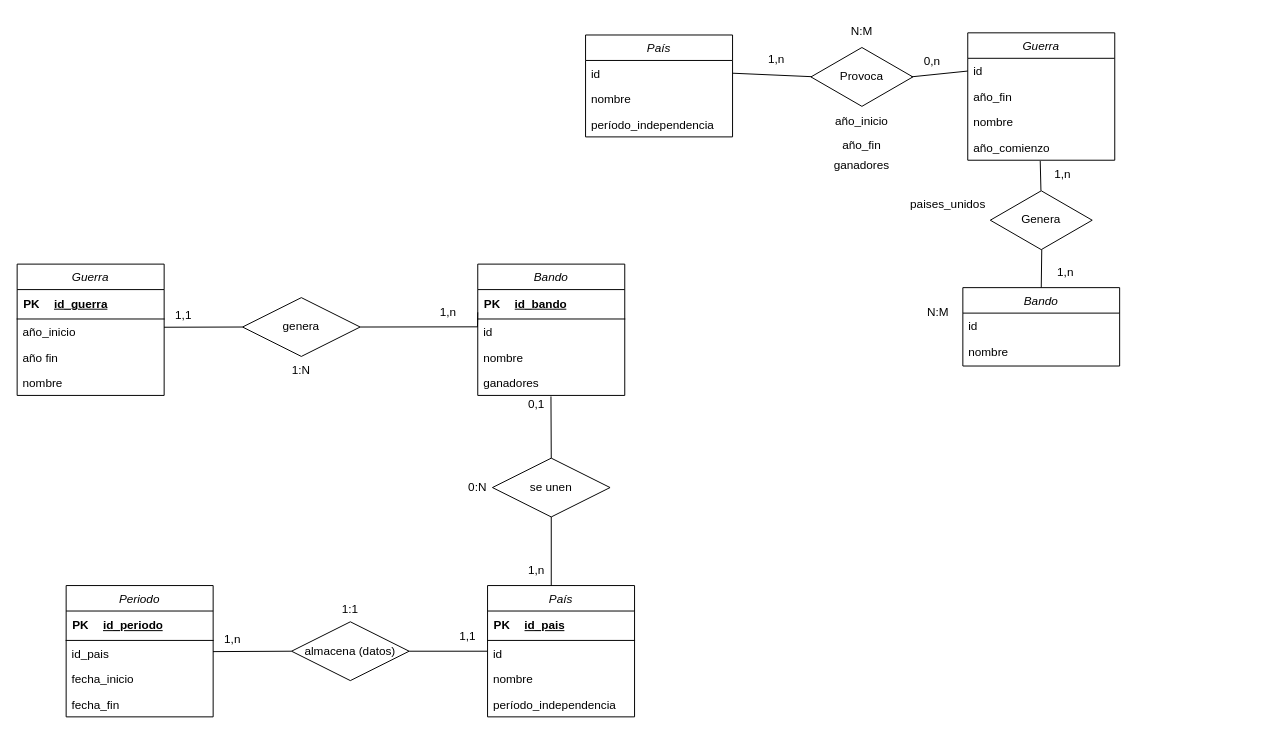
Earlier version of the draw.io diagram Ejercicio04.drawio (Daninuro/diagrames-cvf-dn-mpl-n-11102023). Source tidied: cells renumbered, new cells numbered last; positions are measured from the earlier drawing's top-left corner, leaving out a move shared by most shapes. Both pictures are drawn from the tidied source at 98%, with x=0, y=0 at pixel (17, 17).
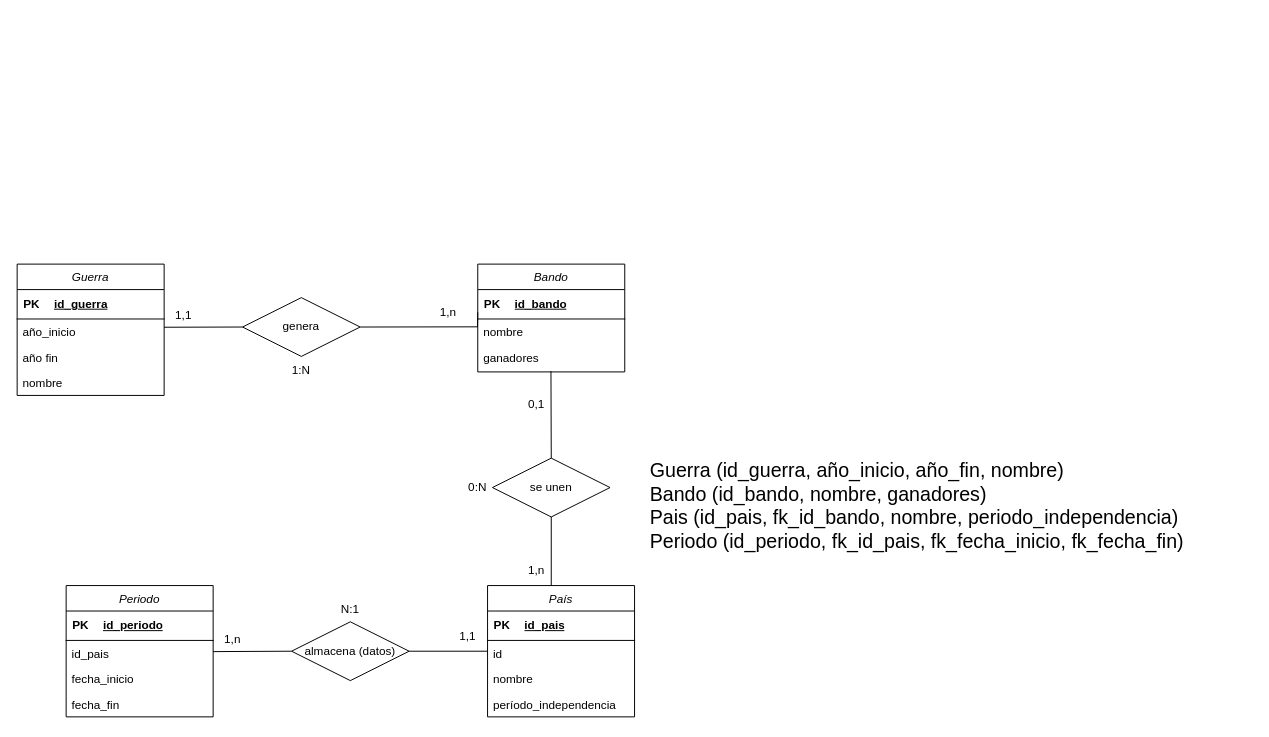
The same page after the edit.

The change refers to these unchanged cells:
```xml
<mxCell id="76" value="1,n" style="text;html=1;strokeColor=none;fillColor=none;align=center;verticalAlign=middle;whiteSpace=wrap;rounded=0;" parent="1" vertex="1">
  <mxGeometry x="410" y="286.2" width="60" height="30" as="geometry" />
</mxCell>
```

What changed in the source:
```diff
@@
-    <mxCell id="2" value="Guerra" style="swimlane;fontStyle=2;align=center;verticalAlign=top;horizontal=1;startSize=26;rounded=0;shadow=0;strokeWidth=1;" parent="1" vertex="1">
-      <mxGeometry x="970" y="16" width="150" height="130" as="geometry" />
-    </mxCell>
-    <mxCell id="3" value="id" style="text;align=left;verticalAlign=top;spacingLeft=4;spacingRight=4;overflow=hidden;points=[[0,0.5],[1,0.5]];portConstraint=eastwest;" parent="2" vertex="1">
-      <mxGeometry y="26" width="150" height="26" as="geometry" />
-    </mxCell>
-    <mxCell id="4" value="año_fin&#10;" style="text;align=left;verticalAlign=top;spacingLeft=4;spacingRight=4;overflow=hidden;rounded=0;shadow=0;html=0;" parent="2" vertex="1">
-      <mxGeometry y="52" width="150" height="26" as="geometry" />
-    </mxCell>
-    <mxCell id="5" value="nombre" style="text;align=left;verticalAlign=top;spacingLeft=4;spacingRight=4;overflow=hidden;rounded=0;shadow=0;html=0;" parent="2" vertex="1">
-      <mxGeometry y="78" width="150" height="26" as="geometry" />
-    </mxCell>
-    <mxCell id="6" value="año_comienzo" style="text;align=left;verticalAlign=top;spacingLeft=4;spacingRight=4;overflow=hidden;points=[[0,0.5],[1,0.5]];portConstraint=eastwest;" parent="2" vertex="1">
-      <mxGeometry y="104" width="150" height="26" as="geometry" />
-    </mxCell>
-    <mxCell id="7" value="País" style="swimlane;fontStyle=2;align=center;verticalAlign=top;horizontal=1;startSize=26;rounded=0;shadow=0;strokeWidth=1;" parent="1" vertex="1">
-      <mxGeometry x="580" y="18.2" width="150" height="104" as="geometry" />
-    </mxCell>
-    <mxCell id="8" value="id" style="text;align=left;verticalAlign=top;spacingLeft=4;spacingRight=4;overflow=hidden;points=[[0,0.5],[1,0.5]];portConstraint=eastwest;" parent="7" vertex="1">
-      <mxGeometry y="26" width="150" height="26" as="geometry" />
-    </mxCell>
-    <mxCell id="9" value="nombre" style="text;align=left;verticalAlign=top;spacingLeft=4;spacingRight=4;overflow=hidden;rounded=0;shadow=0;html=0;" parent="7" vertex="1">
-      <mxGeometry y="52" width="150" height="26" as="geometry" />
-    </mxCell>
-    <mxCell id="10" value="período_independencia" style="text;align=left;verticalAlign=top;spacingLeft=4;spacingRight=4;overflow=hidden;rounded=0;shadow=0;html=0;" parent="7" vertex="1">
-      <mxGeometry y="78" width="150" height="26" as="geometry" />
-    </mxCell>
-    <mxCell id="11" value="Bando" style="swimlane;fontStyle=2;align=center;verticalAlign=top;horizontal=1;startSize=26;rounded=0;shadow=0;strokeWidth=1;" parent="1" vertex="1">
-      <mxGeometry x="965" y="276" width="160" height="80" as="geometry" />
-    </mxCell>
-    <mxCell id="12" value="id" style="text;align=left;verticalAlign=top;spacingLeft=4;spacingRight=4;overflow=hidden;" parent="11" vertex="1">
-      <mxGeometry y="26" width="160" height="26" as="geometry" />
-    </mxCell>
-    <mxCell id="13" value="nombre" style="text;align=left;verticalAlign=top;spacingLeft=4;spacingRight=4;overflow=hidden;rounded=0;shadow=0;html=0;" parent="11" vertex="1">
-      <mxGeometry y="52" width="160" height="26" as="geometry" />
-    </mxCell>
-    <mxCell id="14" style="html=1;whiteSpace=wrap;shape=isoRectangle;" parent="1" vertex="1">
-      <mxGeometry x="810" y="29.8" width="104" height="62.4" as="geometry" />
-    </mxCell>
-    <mxCell id="15" value="Provoca" style="text;html=1;strokeColor=none;fillColor=none;align=center;verticalAlign=middle;whiteSpace=wrap;rounded=0;" parent="1" vertex="1">
-      <mxGeometry x="832" y="46" width="60" height="30" as="geometry" />
-    </mxCell>
-    <mxCell id="16" style="endArrow=none;html=1;rounded=0;entryX=1;entryY=0.5;entryDx=0;entryDy=0;exitX=0.007;exitY=0.496;exitDx=0;exitDy=0;exitPerimeter=0;" parent="1" edge="1" source="14" target="8">
-      <mxGeometry relative="1" as="geometry" />
-    </mxCell>
-    <mxCell id="17" style="endArrow=none;html=1;rounded=0;entryX=0;entryY=0.5;entryDx=0;entryDy=0;exitX=0.983;exitY=0.499;exitDx=0;exitDy=0;exitPerimeter=0;" parent="1" edge="1" source="14" target="3">
-      <mxGeometry relative="1" as="geometry" />
-    </mxCell>
-    <mxCell id="18" value="1,n" style="text;html=1;strokeColor=none;fillColor=none;align=center;verticalAlign=middle;whiteSpace=wrap;rounded=0;" parent="1" vertex="1">
-      <mxGeometry x="750" y="30" width="50" height="26" as="geometry" />
-    </mxCell>
-    <mxCell id="19" value="0,n" style="text;html=1;strokeColor=none;fillColor=none;align=center;verticalAlign=middle;whiteSpace=wrap;rounded=0;" parent="1" vertex="1">
-      <mxGeometry x="904" y="29.8" width="60" height="30" as="geometry" />
-    </mxCell>
-    <mxCell id="20" value="N:M" style="text;html=1;strokeColor=none;fillColor=none;align=center;verticalAlign=middle;whiteSpace=wrap;rounded=0;" parent="1" vertex="1">
-      <mxGeometry x="832" width="60" height="30" as="geometry" />
-    </mxCell>
-    <mxCell id="21" value="año_inicio" style="text;html=1;strokeColor=none;fillColor=none;align=center;verticalAlign=middle;whiteSpace=wrap;rounded=0;" parent="1" vertex="1">
-      <mxGeometry x="832" y="92.2" width="60" height="30" as="geometry" />
-    </mxCell>
-    <mxCell id="22" value="año_fin" style="text;html=1;strokeColor=none;fillColor=none;align=center;verticalAlign=middle;whiteSpace=wrap;rounded=0;" parent="1" vertex="1">
-      <mxGeometry x="832" y="116" width="60" height="30" as="geometry" />
-    </mxCell>
-    <mxCell id="23" style="html=1;whiteSpace=wrap;shape=isoRectangle;" parent="1" vertex="1">
-      <mxGeometry x="993" y="176" width="104" height="62.4" as="geometry" />
-    </mxCell>
-    <mxCell id="24" value="Genera" style="text;html=1;strokeColor=none;fillColor=none;align=center;verticalAlign=middle;whiteSpace=wrap;rounded=0;" parent="1" vertex="1">
-      <mxGeometry x="1015" y="192.2" width="60" height="30" as="geometry" />
-    </mxCell>
-    <mxCell id="25" style="endArrow=none;html=1;rounded=0;entryX=0.497;entryY=0.016;entryDx=0;entryDy=0;exitX=0.493;exitY=1.026;exitDx=0;exitDy=0;exitPerimeter=0;entryPerimeter=0;" parent="1" edge="1" source="6" target="23">
-      <mxGeometry relative="1" as="geometry" />
-    </mxCell>
-    <mxCell id="26" style="endArrow=none;html=1;rounded=0;entryX=0.5;entryY=0;entryDx=0;entryDy=0;exitX=0.505;exitY=0.982;exitDx=0;exitDy=0;exitPerimeter=0;" parent="1" edge="1" source="23" target="11">
-      <mxGeometry relative="1" as="geometry" />
-    </mxCell>
-    <mxCell id="27" value="ganadores" style="text;html=1;strokeColor=none;fillColor=none;align=center;verticalAlign=middle;whiteSpace=wrap;rounded=0;" parent="1" vertex="1">
-      <mxGeometry x="832" y="136" width="60" height="30" as="geometry" />
-    </mxCell>
-    <mxCell id="28" value="1,n" style="text;html=1;strokeColor=none;fillColor=none;align=center;verticalAlign=middle;whiteSpace=wrap;rounded=0;" parent="1" vertex="1">
-      <mxGeometry x="1040" y="246" width="60" height="30" as="geometry" />
-    </mxCell>
-    <mxCell id="29" value="1,n" style="text;html=1;strokeColor=none;fillColor=none;align=center;verticalAlign=middle;whiteSpace=wrap;rounded=0;" parent="1" vertex="1">
-      <mxGeometry x="1037" y="146" width="60" height="30" as="geometry" />
-    </mxCell>
-    <mxCell id="30" value="N:M" style="text;html=1;strokeColor=none;fillColor=none;align=center;verticalAlign=middle;whiteSpace=wrap;rounded=0;" parent="1" vertex="1">
-      <mxGeometry x="910" y="286.2" width="60" height="30" as="geometry" />
-    </mxCell>
-    <mxCell id="31" value="paises_unidos" style="text;html=1;strokeColor=none;fillColor=none;align=center;verticalAlign=middle;whiteSpace=wrap;rounded=0;" parent="1" vertex="1">
-      <mxGeometry x="920" y="176" width="60" height="30" as="geometry" />
-    </mxCell>
@@
     <mxCell id="40" value="Bando" style="swimlane;fontStyle=2;align=center;verticalAlign=top;horizontal=1;startSize=26;rounded=0;shadow=0;strokeWidth=1;" parent="1" vertex="1">
-      <mxGeometry x="470" y="252" width="150" height="134" as="geometry" />
+      <mxGeometry x="470" y="252" width="150" height="110" as="geometry" />
     </mxCell>
@@
-    <mxCell id="45" value="id" style="text;align=left;verticalAlign=top;spacingLeft=4;spacingRight=4;overflow=hidden;points=[[0,0.5],[1,0.5]];portConstraint=eastwest;" parent="40" vertex="1">
-      <mxGeometry y="56" width="150" height="26" as="geometry" />
-    </mxCell>
     <mxCell id="46" value="nombre" style="text;align=left;verticalAlign=top;spacingLeft=4;spacingRight=4;overflow=hidden;rounded=0;shadow=0;html=0;" parent="40" vertex="1">
-      <mxGeometry y="82" width="150" height="26" as="geometry" />
+      <mxGeometry y="56" width="150" height="26" as="geometry" />
     </mxCell>
     <mxCell id="47" value="ganadores" style="text;align=left;verticalAlign=top;spacingLeft=4;spacingRight=4;overflow=hidden;points=[[0,0.5],[1,0.5]];portConstraint=eastwest;rounded=0;shadow=0;html=0;" parent="40" vertex="1">
-      <mxGeometry y="108" width="150" height="26" as="geometry" />
+      <mxGeometry y="82" width="150" height="26" as="geometry" />
     </mxCell>
@@
-    <mxCell id="75" style="endArrow=none;html=1;rounded=0;entryX=1;entryY=0.5;entryDx=0;entryDy=0;exitX=-0.002;exitY=0.31;exitDx=0;exitDy=0;exitPerimeter=0;" parent="1" edge="1" source="45" target="76">
-      <mxGeometry relative="1" as="geometry" />
+    <mxCell id="75" style="endArrow=none;html=1;rounded=0;entryX=1;entryY=0.5;entryDx=0;entryDy=0;exitX=-0.002;exitY=0.31;exitDx=0;exitDy=0;exitPerimeter=0;" parent="1" edge="1" target="76">
+      <mxGeometry relative="1" as="geometry">
+        <mxPoint x="469.7" y="316.1" as="sourcePoint" />
+      </mxGeometry>
     </mxCell>
@@
-    <mxCell id="80" value="1:1" style="text;html=1;strokeColor=none;fillColor=none;align=center;verticalAlign=middle;whiteSpace=wrap;rounded=0;" parent="1" vertex="1">
+    <mxCell id="80" value="N:1" style="text;html=1;strokeColor=none;fillColor=none;align=center;verticalAlign=middle;whiteSpace=wrap;rounded=0;" parent="1" vertex="1">
       <mxGeometry x="310" y="590" width="60" height="30" as="geometry" />
     </mxCell>
@@
+    <mxCell id="83" value="Guerra (id_guerra, año_inicio, año_fin, nombre)&#10;Bando (id_bando, nombre, ganadores)&#10;Pais (id_pais, fk_id_bando, nombre, periodo_independencia)&#10;Periodo (id_periodo, fk_id_pais, fk_fecha_inicio, fk_fecha_fin)" style="text;align=left;verticalAlign=top;spacingLeft=4;spacingRight=4;overflow=hidden;rounded=0;shadow=0;html=0;fontStyle=0;fontSize=20;" parent="1" vertex="1">
+      <mxGeometry x="640" y="444" width="620" height="128" as="geometry" />
+    </mxCell>
```
